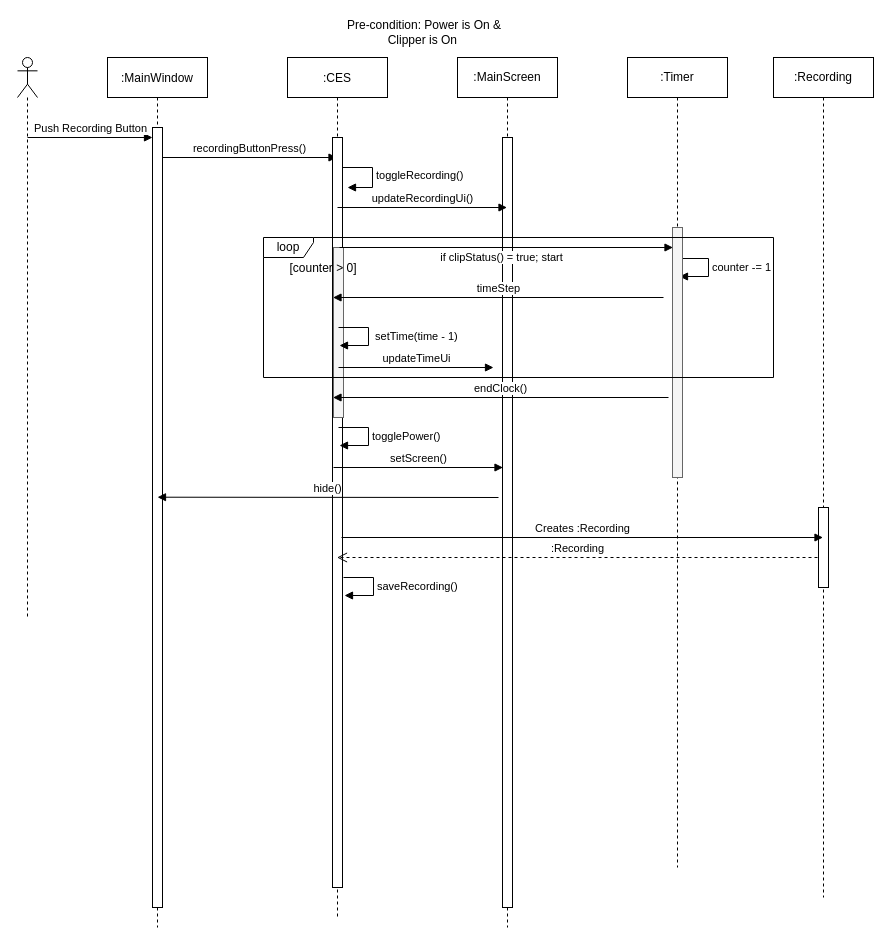
Earlier version of the draw.io diagram page "Page-2" (2 of 3) of Documentation/scenario.drawio (willwright1213/CESSimulator). Source tidied: cells renumbered, new cells numbered last; positions are measured from the earlier drawing's top-left corner, leaving out a move shared by most shapes. Both pictures are drawn from the tidied source at 100%, with x=0, y=0 at pixel (17, 17).
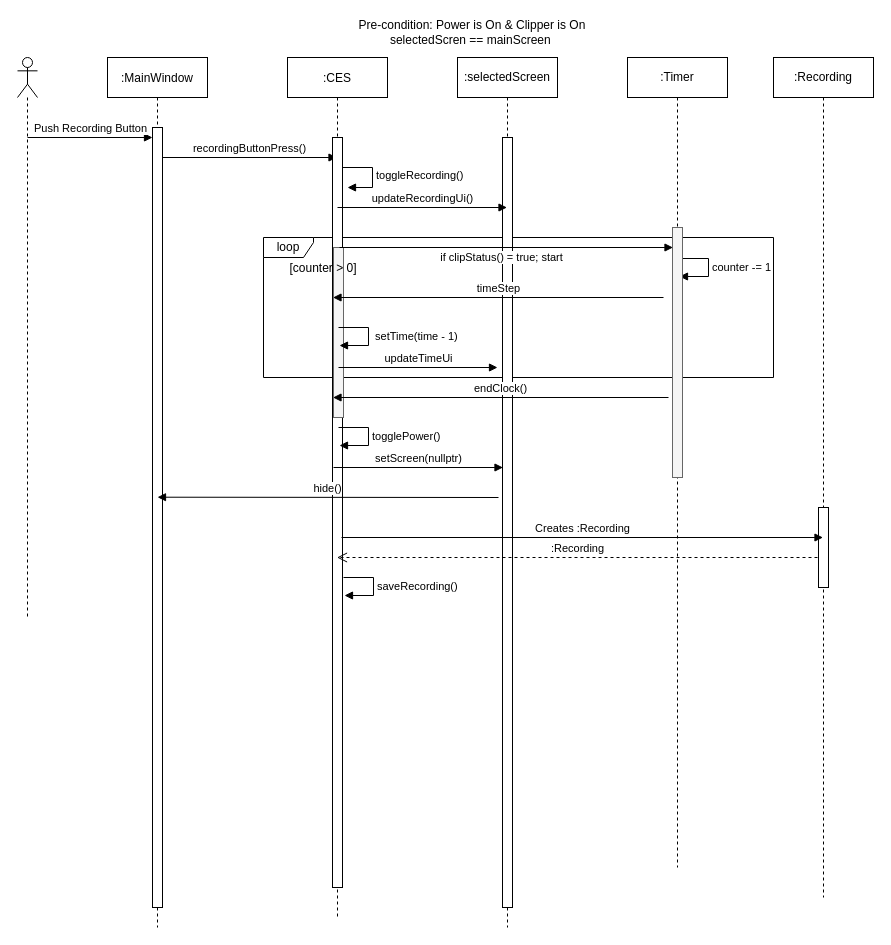
After the change.

The change refers to these unchanged cells:
```xml
<mxCell id="6" value=":CES" style="shape=umlLifeline;perimeter=lifelinePerimeter;rounded=0;shadow=0;strokeWidth=1;" parent="1" vertex="1">
  <mxGeometry x="270" y="40" width="100" height="860" as="geometry" />
</mxCell>
```

What changed in the source:
```diff
@@
+    <mxCell id="23" value="loop" style="shape=umlFrame;whiteSpace=wrap;html=1;width=50;height=20;" parent="1" vertex="1">
+      <mxGeometry x="246" y="220" width="510" height="140" as="geometry" />
+    </mxCell>
-    <mxCell id="2" value=":MainScreen" style="shape=umlLifeline;perimeter=lifelinePerimeter;whiteSpace=wrap;html=1;outlineConnect=0;" parent="1" vertex="1">
+    <mxCell id="2" value=":selectedScreen" style="shape=umlLifeline;perimeter=lifelinePerimeter;whiteSpace=wrap;html=1;outlineConnect=0;" parent="1" vertex="1">
       <mxGeometry x="440" y="40" width="100" height="870" as="geometry" />
     </mxCell>
@@
     <mxCell id="10" value="updateTimeUi" style="html=1;verticalAlign=bottom;endArrow=block;rounded=0;exitX=-0.2;exitY=0.75;exitDx=0;exitDy=0;exitPerimeter=0;" parent="6" edge="1">
       <mxGeometry relative="1" as="geometry">
         <mxPoint x="51" y="310" as="sourcePoint" />
-        <mxPoint x="206" y="310" as="targetPoint" />
+        <mxPoint x="210" y="310" as="targetPoint" />
       </mxGeometry>
     </mxCell>
@@
-    <mxCell id="23" value="loop" style="shape=umlFrame;whiteSpace=wrap;html=1;width=50;height=20;" parent="1" vertex="1">
-      <mxGeometry x="246" y="220" width="510" height="140" as="geometry" />
-    </mxCell>
-    <mxCell id="24" value="setScreen()" style="html=1;verticalAlign=bottom;endArrow=block;rounded=0;exitX=-0.2;exitY=0.75;exitDx=0;exitDy=0;exitPerimeter=0;" parent="1" edge="1">
+    <mxCell id="24" value="setScreen(nullptr)" style="html=1;verticalAlign=bottom;endArrow=block;rounded=0;exitX=-0.2;exitY=0.75;exitDx=0;exitDy=0;exitPerimeter=0;" parent="1" edge="1">
       <mxGeometry relative="1" as="geometry">
         <mxPoint x="316" y="450" as="sourcePoint" />
         <mxPoint x="485.5" y="450" as="targetPoint" />
       </mxGeometry>
     </mxCell>
@@
-    <mxCell id="28" value="Pre-condition: Power is On &amp;amp; Clipper is On&amp;nbsp;" style="text;html=1;strokeColor=none;fillColor=none;align=center;verticalAlign=middle;whiteSpace=wrap;rounded=0;" parent="1" vertex="1">
-      <mxGeometry x="310" width="194" height="30" as="geometry" />
+    <mxCell id="28" value="Pre-condition: Power is On &amp;amp; Clipper is On&lt;br&gt;selectedScren == mainScreen&amp;nbsp;" style="text;html=1;strokeColor=none;fillColor=none;align=center;verticalAlign=middle;whiteSpace=wrap;rounded=0;" parent="1" vertex="1">
+      <mxGeometry x="310" width="290" height="30" as="geometry" />
     </mxCell>
```
